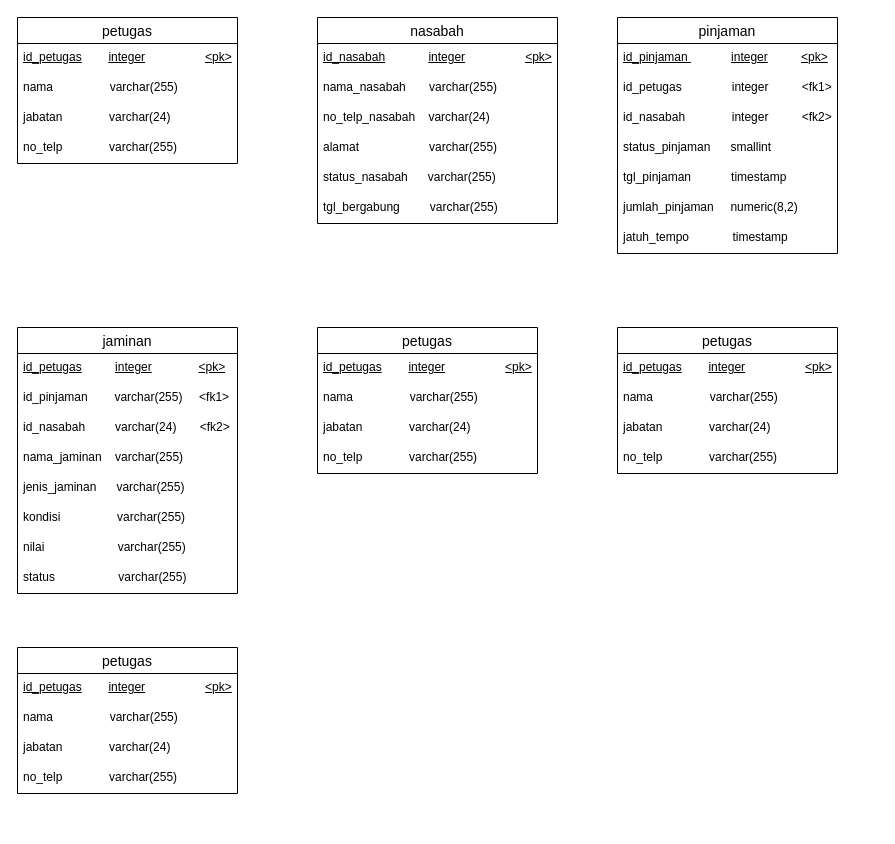
The draw.io diagram UAS BASIS DATA.drawio in elikawicaksana/BuildIT_BasisData, before the edit. Source tidied: cells renumbered, new cells numbered last; positions are measured from the earlier drawing's top-left corner, leaving out a move shared by most shapes. Both pictures are drawn from the tidied source at 100%, with x=0, y=0 at pixel (17, 17).
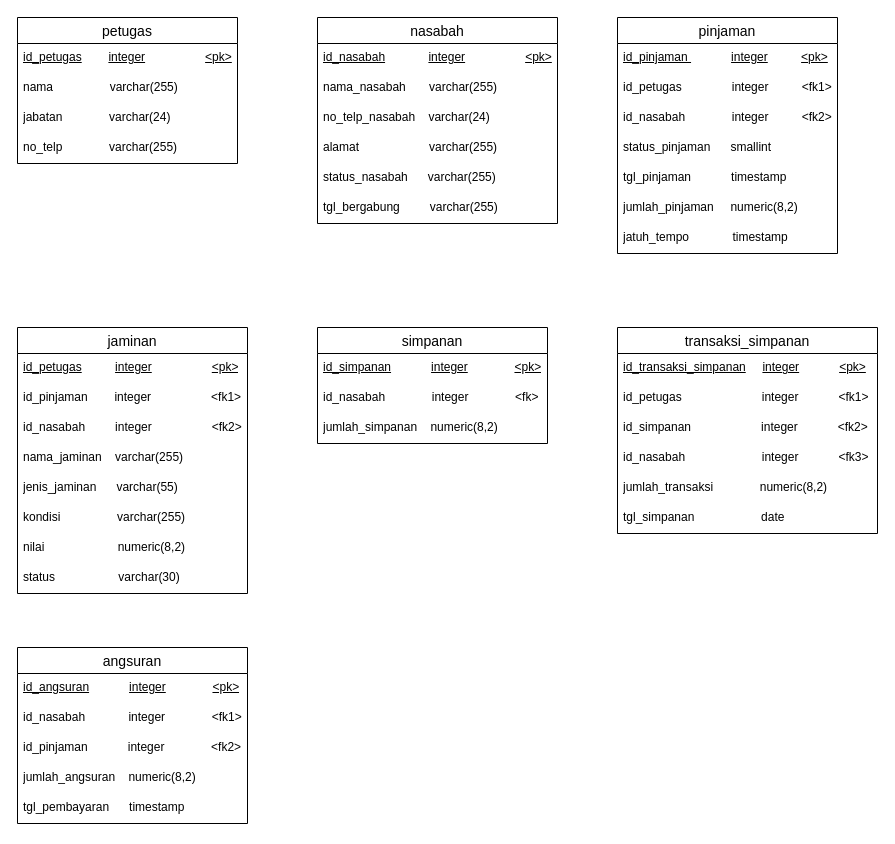
Above is the later version.

The edit, as a diff of the source:
```diff
@@
     <mxCell id="7" value="jaminan" style="swimlane;fontStyle=0;horizontal=1;startSize=26;align=center;fontSize=14;" parent="1" vertex="1">
-      <mxGeometry y="310" width="220" height="266" as="geometry" />
+      <mxGeometry y="310" width="230" height="266" as="geometry" />
     </mxCell>
-    <mxCell id="8" value="&lt;u&gt;id_petugas&lt;/u&gt;&amp;nbsp; &amp;nbsp; &amp;nbsp; &amp;nbsp; &amp;nbsp;&amp;nbsp;&lt;u&gt;integer&lt;/u&gt;&amp;nbsp; &amp;nbsp; &amp;nbsp; &amp;nbsp; &amp;nbsp; &amp;nbsp; &amp;nbsp; &lt;u&gt;&amp;lt;pk&amp;gt;&lt;/u&gt;" style="text;strokeColor=none;fillColor=none;spacingLeft=4;spacingRight=4;overflow=hidden;fontSize=12;whiteSpace=wrap;html=1;" parent="7" vertex="1">
-      <mxGeometry y="26" width="220" height="30" as="geometry" />
+    <mxCell id="8" value="&lt;u&gt;id_petugas&lt;/u&gt;&amp;nbsp; &amp;nbsp; &amp;nbsp; &amp;nbsp; &amp;nbsp;&amp;nbsp;&lt;u&gt;integer&lt;/u&gt;&amp;nbsp; &amp;nbsp; &amp;nbsp; &amp;nbsp; &amp;nbsp; &amp;nbsp; &amp;nbsp; &amp;nbsp; &amp;nbsp;&amp;nbsp;&lt;u&gt;&amp;lt;pk&amp;gt;&lt;/u&gt;" style="text;strokeColor=none;fillColor=none;spacingLeft=4;spacingRight=4;overflow=hidden;fontSize=12;whiteSpace=wrap;html=1;" parent="7" vertex="1">
+      <mxGeometry y="26" width="230" height="30" as="geometry" />
     </mxCell>
-    <mxCell id="9" value="id_pinjaman&amp;nbsp; &amp;nbsp; &amp;nbsp; &amp;nbsp; varchar(255)&amp;nbsp; &amp;nbsp; &amp;nbsp;&amp;lt;fk1&amp;gt;" style="text;strokeColor=none;fillColor=none;spacingLeft=4;spacingRight=4;overflow=hidden;fontSize=12;whiteSpace=wrap;html=1;" parent="7" vertex="1">
-      <mxGeometry y="56" width="220" height="30" as="geometry" />
+    <mxCell id="9" value="id_pinjaman&amp;nbsp; &amp;nbsp; &amp;nbsp; &amp;nbsp; integer&amp;nbsp; &amp;nbsp; &amp;nbsp; &amp;nbsp; &amp;nbsp; &amp;nbsp; &amp;nbsp; &amp;nbsp; &amp;nbsp; &amp;lt;fk1&amp;gt;" style="text;strokeColor=none;fillColor=none;spacingLeft=4;spacingRight=4;overflow=hidden;fontSize=12;whiteSpace=wrap;html=1;" parent="7" vertex="1">
+      <mxGeometry y="56" width="230" height="30" as="geometry" />
     </mxCell>
-    <mxCell id="10" value="id_nasabah&amp;nbsp; &amp;nbsp; &amp;nbsp; &amp;nbsp; &amp;nbsp;varchar(24)&amp;nbsp; &amp;nbsp; &amp;nbsp; &amp;nbsp;&amp;lt;fk2&amp;gt;" style="text;strokeColor=none;fillColor=none;spacingLeft=4;spacingRight=4;overflow=hidden;fontSize=12;whiteSpace=wrap;html=1;" parent="7" vertex="1">
-      <mxGeometry y="86" width="220" height="30" as="geometry" />
+    <mxCell id="10" value="id_nasabah&amp;nbsp; &amp;nbsp; &amp;nbsp; &amp;nbsp; &amp;nbsp;integer&amp;nbsp; &amp;nbsp; &amp;nbsp; &amp;nbsp; &amp;nbsp; &amp;nbsp; &amp;nbsp; &amp;nbsp; &amp;nbsp; &amp;lt;fk2&amp;gt;" style="text;strokeColor=none;fillColor=none;spacingLeft=4;spacingRight=4;overflow=hidden;fontSize=12;whiteSpace=wrap;html=1;" parent="7" vertex="1">
+      <mxGeometry y="86" width="230" height="30" as="geometry" />
     </mxCell>
     <mxCell id="11" value="nama_jaminan&amp;nbsp; &amp;nbsp; varchar(255)" style="text;strokeColor=none;fillColor=none;spacingLeft=4;spacingRight=4;overflow=hidden;fontSize=12;whiteSpace=wrap;html=1;" parent="7" vertex="1">
-      <mxGeometry y="116" width="220" height="30" as="geometry" />
+      <mxGeometry y="116" width="230" height="30" as="geometry" />
     </mxCell>
-    <mxCell id="12" value="jenis_jaminan&amp;nbsp; &amp;nbsp; &amp;nbsp; varchar(255)" style="text;strokeColor=none;fillColor=none;spacingLeft=4;spacingRight=4;overflow=hidden;fontSize=12;whiteSpace=wrap;html=1;" parent="7" vertex="1">
-      <mxGeometry y="146" width="220" height="30" as="geometry" />
+    <mxCell id="12" value="jenis_jaminan&amp;nbsp; &amp;nbsp; &amp;nbsp; varchar(55)" style="text;strokeColor=none;fillColor=none;spacingLeft=4;spacingRight=4;overflow=hidden;fontSize=12;whiteSpace=wrap;html=1;" parent="7" vertex="1">
+      <mxGeometry y="146" width="230" height="30" as="geometry" />
     </mxCell>
     <mxCell id="13" value="kondisi&amp;nbsp; &amp;nbsp; &amp;nbsp; &amp;nbsp; &amp;nbsp; &amp;nbsp; &amp;nbsp; &amp;nbsp; &amp;nbsp;varchar(255)" style="text;strokeColor=none;fillColor=none;spacingLeft=4;spacingRight=4;overflow=hidden;fontSize=12;whiteSpace=wrap;html=1;" parent="7" vertex="1">
-      <mxGeometry y="176" width="220" height="30" as="geometry" />
+      <mxGeometry y="176" width="230" height="30" as="geometry" />
     </mxCell>
-    <mxCell id="14" value="nilai&amp;nbsp; &amp;nbsp; &amp;nbsp; &amp;nbsp; &amp;nbsp; &amp;nbsp; &amp;nbsp; &amp;nbsp; &amp;nbsp; &amp;nbsp; &amp;nbsp; varchar(255)" style="text;strokeColor=none;fillColor=none;spacingLeft=4;spacingRight=4;overflow=hidden;fontSize=12;whiteSpace=wrap;html=1;" parent="7" vertex="1">
-      <mxGeometry y="206" width="220" height="30" as="geometry" />
+    <mxCell id="14" value="nilai&amp;nbsp; &amp;nbsp; &amp;nbsp; &amp;nbsp; &amp;nbsp; &amp;nbsp; &amp;nbsp; &amp;nbsp; &amp;nbsp; &amp;nbsp; &amp;nbsp; numeric(8,2)" style="text;strokeColor=none;fillColor=none;spacingLeft=4;spacingRight=4;overflow=hidden;fontSize=12;whiteSpace=wrap;html=1;" parent="7" vertex="1">
+      <mxGeometry y="206" width="230" height="30" as="geometry" />
     </mxCell>
-    <mxCell id="15" value="status&amp;nbsp; &amp;nbsp; &amp;nbsp; &amp;nbsp; &amp;nbsp; &amp;nbsp; &amp;nbsp; &amp;nbsp; &amp;nbsp; &amp;nbsp;varchar(255)" style="text;strokeColor=none;fillColor=none;spacingLeft=4;spacingRight=4;overflow=hidden;fontSize=12;whiteSpace=wrap;html=1;" parent="7" vertex="1">
-      <mxGeometry y="236" width="220" height="30" as="geometry" />
+    <mxCell id="15" value="status&amp;nbsp; &amp;nbsp; &amp;nbsp; &amp;nbsp; &amp;nbsp; &amp;nbsp; &amp;nbsp; &amp;nbsp; &amp;nbsp; &amp;nbsp;varchar(30)" style="text;strokeColor=none;fillColor=none;spacingLeft=4;spacingRight=4;overflow=hidden;fontSize=12;whiteSpace=wrap;html=1;" parent="7" vertex="1">
+      <mxGeometry y="236" width="230" height="30" as="geometry" />
     </mxCell>
@@
-    <mxCell id="23" value="petugas" style="swimlane;fontStyle=0;horizontal=1;startSize=26;align=center;fontSize=14;" parent="1" vertex="1">
-      <mxGeometry x="300" y="310" width="220" height="146" as="geometry" />
+    <mxCell id="23" value="simpanan" style="swimlane;fontStyle=0;horizontal=1;startSize=26;align=center;fontSize=14;" parent="1" vertex="1">
+      <mxGeometry x="300" y="310" width="230" height="116" as="geometry" />
     </mxCell>
-    <mxCell id="24" value="&lt;u&gt;id_petugas&lt;/u&gt;&amp;nbsp; &amp;nbsp; &amp;nbsp; &amp;nbsp; &lt;u&gt;integer&lt;/u&gt;&amp;nbsp; &amp;nbsp; &amp;nbsp; &amp;nbsp; &amp;nbsp; &amp;nbsp; &amp;nbsp; &amp;nbsp; &amp;nbsp; &lt;u&gt;&amp;lt;pk&amp;gt;&lt;/u&gt;" style="text;strokeColor=none;fillColor=none;spacingLeft=4;spacingRight=4;overflow=hidden;fontSize=12;whiteSpace=wrap;html=1;" parent="23" vertex="1">
-      <mxGeometry y="26" width="220" height="30" as="geometry" />
+    <mxCell id="24" value="&lt;u&gt;id_simpanan&lt;/u&gt;&amp;nbsp; &amp;nbsp; &amp;nbsp; &amp;nbsp; &amp;nbsp; &amp;nbsp;&amp;nbsp;&lt;u&gt;integer&lt;/u&gt;&amp;nbsp; &amp;nbsp; &amp;nbsp; &amp;nbsp; &amp;nbsp; &amp;nbsp; &amp;nbsp;&amp;nbsp;&lt;u&gt;&amp;lt;pk&amp;gt;&lt;/u&gt;" style="text;strokeColor=none;fillColor=none;spacingLeft=4;spacingRight=4;overflow=hidden;fontSize=12;whiteSpace=wrap;html=1;" parent="23" vertex="1">
+      <mxGeometry y="26" width="230" height="30" as="geometry" />
     </mxCell>
-    <mxCell id="25" value="nama&amp;nbsp; &amp;nbsp; &amp;nbsp; &amp;nbsp; &amp;nbsp; &amp;nbsp; &amp;nbsp; &amp;nbsp; &amp;nbsp;varchar(255)" style="text;strokeColor=none;fillColor=none;spacingLeft=4;spacingRight=4;overflow=hidden;fontSize=12;whiteSpace=wrap;html=1;" parent="23" vertex="1">
-      <mxGeometry y="56" width="220" height="30" as="geometry" />
+    <mxCell id="25" value="id_nasabah&amp;nbsp; &amp;nbsp; &amp;nbsp; &amp;nbsp; &amp;nbsp; &amp;nbsp; &amp;nbsp; integer&amp;nbsp; &amp;nbsp; &amp;nbsp; &amp;nbsp; &amp;nbsp; &amp;nbsp; &amp;nbsp; &amp;lt;fk&amp;gt;" style="text;strokeColor=none;fillColor=none;spacingLeft=4;spacingRight=4;overflow=hidden;fontSize=12;whiteSpace=wrap;html=1;" parent="23" vertex="1">
+      <mxGeometry y="56" width="230" height="30" as="geometry" />
     </mxCell>
-    <mxCell id="26" value="jabatan&amp;nbsp; &amp;nbsp; &amp;nbsp; &amp;nbsp; &amp;nbsp; &amp;nbsp; &amp;nbsp; varchar(24)" style="text;strokeColor=none;fillColor=none;spacingLeft=4;spacingRight=4;overflow=hidden;fontSize=12;whiteSpace=wrap;html=1;" parent="23" vertex="1">
-      <mxGeometry y="86" width="220" height="30" as="geometry" />
+    <mxCell id="26" value="jumlah_simpanan&amp;nbsp; &amp;nbsp; numeric(8,2)" style="text;strokeColor=none;fillColor=none;spacingLeft=4;spacingRight=4;overflow=hidden;fontSize=12;whiteSpace=wrap;html=1;" parent="23" vertex="1">
+      <mxGeometry y="86" width="230" height="30" as="geometry" />
     </mxCell>
-    <mxCell id="27" value="no_telp&amp;nbsp; &amp;nbsp; &amp;nbsp; &amp;nbsp; &amp;nbsp; &amp;nbsp; &amp;nbsp; varchar(255)" style="text;strokeColor=none;fillColor=none;spacingLeft=4;spacingRight=4;overflow=hidden;fontSize=12;whiteSpace=wrap;html=1;" parent="23" vertex="1">
-      <mxGeometry y="116" width="220" height="30" as="geometry" />
-    </mxCell>
@@
-    <mxCell id="36" value="petugas" style="swimlane;fontStyle=0;horizontal=1;startSize=26;align=center;fontSize=14;" parent="1" vertex="1">
-      <mxGeometry x="600" y="310" width="220" height="146" as="geometry" />
+    <mxCell id="36" value="transaksi_simpanan" style="swimlane;fontStyle=0;horizontal=1;startSize=26;align=center;fontSize=14;" parent="1" vertex="1">
+      <mxGeometry x="600" y="310" width="260" height="206" as="geometry" />
     </mxCell>
-    <mxCell id="37" value="&lt;u&gt;id_petugas&lt;/u&gt;&amp;nbsp; &amp;nbsp; &amp;nbsp; &amp;nbsp; &lt;u&gt;integer&lt;/u&gt;&amp;nbsp; &amp;nbsp; &amp;nbsp; &amp;nbsp; &amp;nbsp; &amp;nbsp; &amp;nbsp; &amp;nbsp; &amp;nbsp; &lt;u&gt;&amp;lt;pk&amp;gt;&lt;/u&gt;" style="text;strokeColor=none;fillColor=none;spacingLeft=4;spacingRight=4;overflow=hidden;fontSize=12;whiteSpace=wrap;html=1;" parent="36" vertex="1">
-      <mxGeometry y="26" width="220" height="30" as="geometry" />
+    <mxCell id="37" value="&lt;u&gt;id_transaksi_simpanan&lt;/u&gt;&amp;nbsp; &amp;nbsp; &amp;nbsp;&lt;u&gt;integer&lt;/u&gt;&amp;nbsp; &amp;nbsp; &amp;nbsp; &amp;nbsp; &amp;nbsp; &amp;nbsp;&amp;nbsp;&lt;u&gt;&amp;lt;pk&amp;gt;&lt;/u&gt;" style="text;strokeColor=none;fillColor=none;spacingLeft=4;spacingRight=4;overflow=hidden;fontSize=12;whiteSpace=wrap;html=1;" parent="36" vertex="1">
+      <mxGeometry y="26" width="260" height="30" as="geometry" />
     </mxCell>
-    <mxCell id="38" value="nama&amp;nbsp; &amp;nbsp; &amp;nbsp; &amp;nbsp; &amp;nbsp; &amp;nbsp; &amp;nbsp; &amp;nbsp; &amp;nbsp;varchar(255)" style="text;strokeColor=none;fillColor=none;spacingLeft=4;spacingRight=4;overflow=hidden;fontSize=12;whiteSpace=wrap;html=1;" parent="36" vertex="1">
-      <mxGeometry y="56" width="220" height="30" as="geometry" />
+    <mxCell id="38" value="id_petugas&amp;nbsp; &amp;nbsp; &amp;nbsp; &amp;nbsp; &amp;nbsp; &amp;nbsp; &amp;nbsp; &amp;nbsp; &amp;nbsp; &amp;nbsp; &amp;nbsp; &amp;nbsp; integer&amp;nbsp; &amp;nbsp; &amp;nbsp; &amp;nbsp; &amp;nbsp; &amp;nbsp; &amp;lt;fk1&amp;gt;" style="text;strokeColor=none;fillColor=none;spacingLeft=4;spacingRight=4;overflow=hidden;fontSize=12;whiteSpace=wrap;html=1;" parent="36" vertex="1">
+      <mxGeometry y="56" width="260" height="30" as="geometry" />
     </mxCell>
-    <mxCell id="39" value="jabatan&amp;nbsp; &amp;nbsp; &amp;nbsp; &amp;nbsp; &amp;nbsp; &amp;nbsp; &amp;nbsp; varchar(24)" style="text;strokeColor=none;fillColor=none;spacingLeft=4;spacingRight=4;overflow=hidden;fontSize=12;whiteSpace=wrap;html=1;" parent="36" vertex="1">
-      <mxGeometry y="86" width="220" height="30" as="geometry" />
+    <mxCell id="39" value="id_simpanan&amp;nbsp; &amp;nbsp; &amp;nbsp; &amp;nbsp; &amp;nbsp; &amp;nbsp; &amp;nbsp; &amp;nbsp; &amp;nbsp; &amp;nbsp; &amp;nbsp;integer&amp;nbsp; &amp;nbsp; &amp;nbsp; &amp;nbsp; &amp;nbsp; &amp;nbsp; &amp;lt;fk2&amp;gt;" style="text;strokeColor=none;fillColor=none;spacingLeft=4;spacingRight=4;overflow=hidden;fontSize=12;whiteSpace=wrap;html=1;" parent="36" vertex="1">
+      <mxGeometry y="86" width="260" height="30" as="geometry" />
     </mxCell>
+    <mxCell id="46" value="id_nasabah&amp;nbsp; &amp;nbsp; &amp;nbsp; &amp;nbsp; &amp;nbsp; &amp;nbsp; &amp;nbsp; &amp;nbsp; &amp;nbsp; &amp;nbsp; &amp;nbsp; &amp;nbsp;integer&amp;nbsp; &amp;nbsp; &amp;nbsp; &amp;nbsp; &amp;nbsp; &amp;nbsp; &amp;lt;fk3&amp;gt;" style="text;strokeColor=none;fillColor=none;spacingLeft=4;spacingRight=4;overflow=hidden;fontSize=12;whiteSpace=wrap;html=1;" parent="36" vertex="1">
+      <mxGeometry y="116" width="260" height="30" as="geometry" />
+    </mxCell>
+    <mxCell id="47" value="jumlah_transaksi&amp;nbsp; &amp;nbsp; &amp;nbsp; &amp;nbsp; &amp;nbsp; &amp;nbsp; &amp;nbsp; numeric(8,2)" style="text;strokeColor=none;fillColor=none;spacingLeft=4;spacingRight=4;overflow=hidden;fontSize=12;whiteSpace=wrap;html=1;" parent="36" vertex="1">
+      <mxGeometry y="146" width="260" height="30" as="geometry" />
+    </mxCell>
-    <mxCell id="40" value="no_telp&amp;nbsp; &amp;nbsp; &amp;nbsp; &amp;nbsp; &amp;nbsp; &amp;nbsp; &amp;nbsp; varchar(255)" style="text;strokeColor=none;fillColor=none;spacingLeft=4;spacingRight=4;overflow=hidden;fontSize=12;whiteSpace=wrap;html=1;" parent="36" vertex="1">
-      <mxGeometry y="116" width="220" height="30" as="geometry" />
+    <mxCell id="40" value="tgl_simpanan&amp;nbsp; &amp;nbsp; &amp;nbsp; &amp;nbsp; &amp;nbsp; &amp;nbsp; &amp;nbsp; &amp;nbsp; &amp;nbsp; &amp;nbsp; date" style="text;strokeColor=none;fillColor=none;spacingLeft=4;spacingRight=4;overflow=hidden;fontSize=12;whiteSpace=wrap;html=1;" parent="36" vertex="1">
+      <mxGeometry y="176" width="260" height="30" as="geometry" />
     </mxCell>
-    <mxCell id="41" value="petugas" style="swimlane;fontStyle=0;horizontal=1;startSize=26;align=center;fontSize=14;" parent="1" vertex="1">
-      <mxGeometry y="630" width="220" height="146" as="geometry" />
+    <mxCell id="41" value="angsuran" style="swimlane;fontStyle=0;horizontal=1;startSize=26;align=center;fontSize=14;" parent="1" vertex="1">
+      <mxGeometry y="630" width="230" height="176" as="geometry" />
     </mxCell>
-    <mxCell id="42" value="&lt;u&gt;id_petugas&lt;/u&gt;&amp;nbsp; &amp;nbsp; &amp;nbsp; &amp;nbsp; &lt;u&gt;integer&lt;/u&gt;&amp;nbsp; &amp;nbsp; &amp;nbsp; &amp;nbsp; &amp;nbsp; &amp;nbsp; &amp;nbsp; &amp;nbsp; &amp;nbsp; &lt;u&gt;&amp;lt;pk&amp;gt;&lt;/u&gt;" style="text;strokeColor=none;fillColor=none;spacingLeft=4;spacingRight=4;overflow=hidden;fontSize=12;whiteSpace=wrap;html=1;" parent="41" vertex="1">
-      <mxGeometry y="26" width="220" height="30" as="geometry" />
+    <mxCell id="42" value="&lt;u&gt;id_angsuran&lt;/u&gt;&amp;nbsp; &amp;nbsp; &amp;nbsp; &amp;nbsp; &amp;nbsp; &amp;nbsp;&amp;nbsp;&lt;u&gt;integer&lt;/u&gt;&amp;nbsp; &amp;nbsp; &amp;nbsp; &amp;nbsp; &amp;nbsp; &amp;nbsp; &amp;nbsp; &lt;u&gt;&amp;lt;pk&amp;gt;&lt;/u&gt;" style="text;strokeColor=none;fillColor=none;spacingLeft=4;spacingRight=4;overflow=hidden;fontSize=12;whiteSpace=wrap;html=1;" parent="41" vertex="1">
+      <mxGeometry y="26" width="230" height="30" as="geometry" />
     </mxCell>
-    <mxCell id="43" value="nama&amp;nbsp; &amp;nbsp; &amp;nbsp; &amp;nbsp; &amp;nbsp; &amp;nbsp; &amp;nbsp; &amp;nbsp; &amp;nbsp;varchar(255)" style="text;strokeColor=none;fillColor=none;spacingLeft=4;spacingRight=4;overflow=hidden;fontSize=12;whiteSpace=wrap;html=1;" parent="41" vertex="1">
-      <mxGeometry y="56" width="220" height="30" as="geometry" />
+    <mxCell id="43" value="id_nasabah&amp;nbsp; &amp;nbsp; &amp;nbsp; &amp;nbsp; &amp;nbsp; &amp;nbsp; &amp;nbsp;integer&amp;nbsp; &amp;nbsp; &amp;nbsp; &amp;nbsp; &amp;nbsp; &amp;nbsp; &amp;nbsp; &amp;lt;fk1&amp;gt;" style="text;strokeColor=none;fillColor=none;spacingLeft=4;spacingRight=4;overflow=hidden;fontSize=12;whiteSpace=wrap;html=1;" parent="41" vertex="1">
+      <mxGeometry y="56" width="230" height="30" as="geometry" />
     </mxCell>
-    <mxCell id="44" value="jabatan&amp;nbsp; &amp;nbsp; &amp;nbsp; &amp;nbsp; &amp;nbsp; &amp;nbsp; &amp;nbsp; varchar(24)" style="text;strokeColor=none;fillColor=none;spacingLeft=4;spacingRight=4;overflow=hidden;fontSize=12;whiteSpace=wrap;html=1;" parent="41" vertex="1">
-      <mxGeometry y="86" width="220" height="30" as="geometry" />
+    <mxCell id="44" value="id_pinjaman&amp;nbsp; &amp;nbsp; &amp;nbsp; &amp;nbsp; &amp;nbsp; &amp;nbsp; integer&amp;nbsp; &amp;nbsp; &amp;nbsp; &amp;nbsp; &amp;nbsp; &amp;nbsp; &amp;nbsp; &amp;lt;fk2&amp;gt;" style="text;strokeColor=none;fillColor=none;spacingLeft=4;spacingRight=4;overflow=hidden;fontSize=12;whiteSpace=wrap;html=1;" parent="41" vertex="1">
+      <mxGeometry y="86" width="230" height="30" as="geometry" />
     </mxCell>
+    <mxCell id="48" value="jumlah_angsuran&amp;nbsp; &amp;nbsp; numeric(8,2)" style="text;strokeColor=none;fillColor=none;spacingLeft=4;spacingRight=4;overflow=hidden;fontSize=12;whiteSpace=wrap;html=1;" parent="41" vertex="1">
+      <mxGeometry y="116" width="230" height="30" as="geometry" />
+    </mxCell>
-    <mxCell id="45" value="no_telp&amp;nbsp; &amp;nbsp; &amp;nbsp; &amp;nbsp; &amp;nbsp; &amp;nbsp; &amp;nbsp; varchar(255)" style="text;strokeColor=none;fillColor=none;spacingLeft=4;spacingRight=4;overflow=hidden;fontSize=12;whiteSpace=wrap;html=1;" parent="41" vertex="1">
-      <mxGeometry y="116" width="220" height="30" as="geometry" />
+    <mxCell id="45" value="tgl_pembayaran&amp;nbsp; &amp;nbsp; &amp;nbsp; timestamp" style="text;strokeColor=none;fillColor=none;spacingLeft=4;spacingRight=4;overflow=hidden;fontSize=12;whiteSpace=wrap;html=1;" parent="41" vertex="1">
+      <mxGeometry y="146" width="230" height="30" as="geometry" />
     </mxCell>
```
